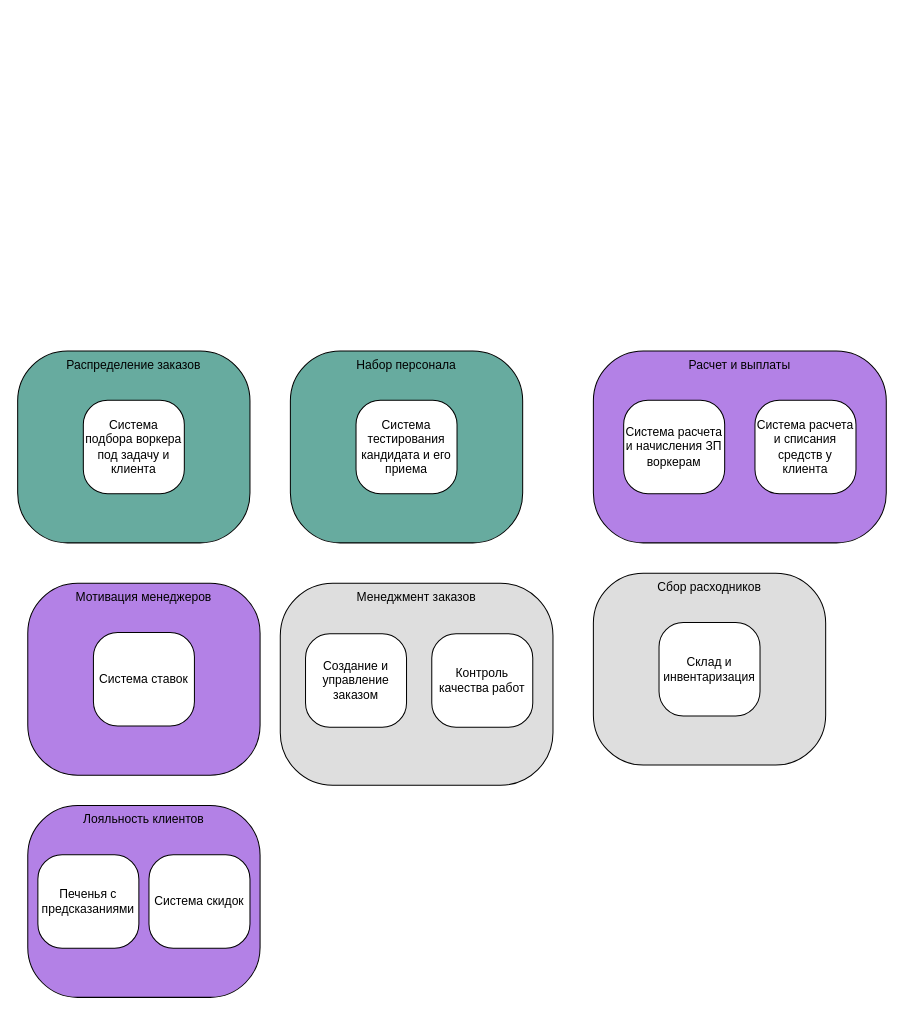
Above: page "Contexts with links" (7 of 8) of 3hw/3hw.drawio in omichkun/system_analysis (draw.io), before the change. Source tidied: cells renumbered, new cells numbered last; positions are measured from the earlier drawing's top-left corner, leaving out a move shared by most shapes. Both pictures are drawn from the tidied source at 101%, with x=0, y=0 at pixel (17, 350).
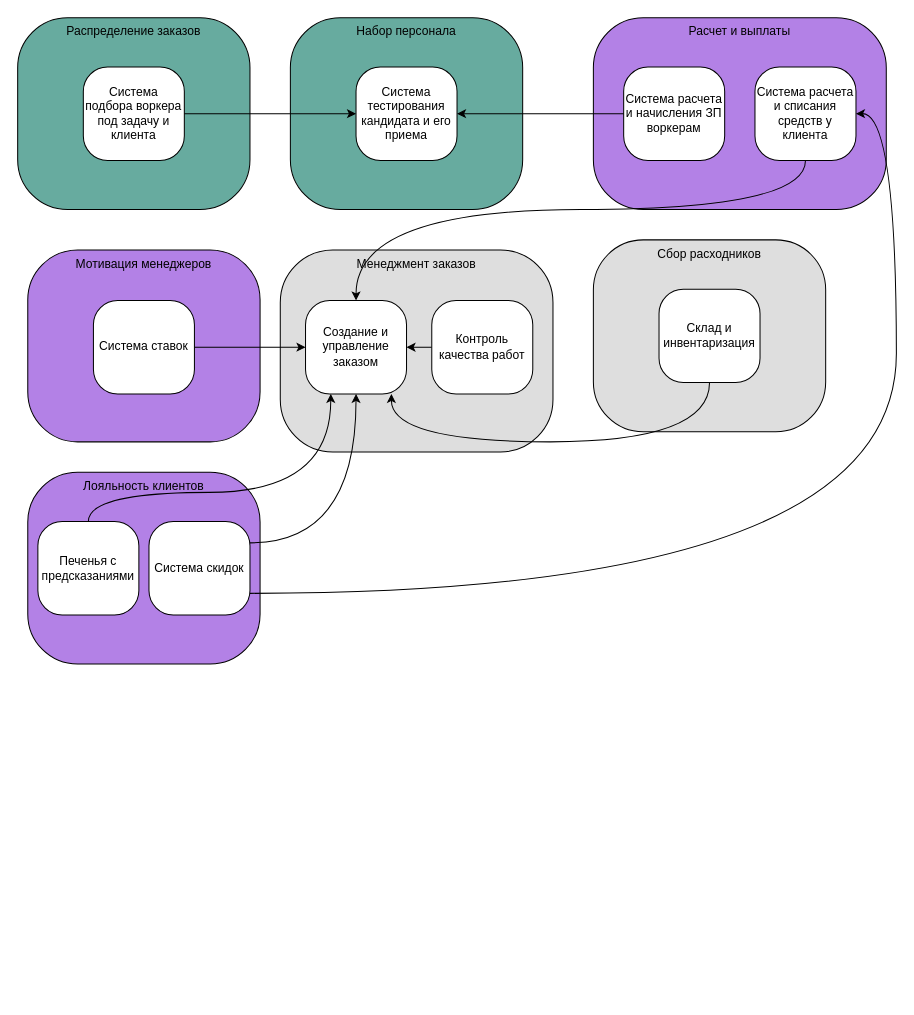
Above is the later version.

Diff of the diagram source:
```diff
@@
-    <mxCell id="2" style="group;" parent="1" vertex="1">
-      <mxGeometry width="230" height="190" as="geometry" />
-    </mxCell>
+    <mxCell id="26" style="group;" parent="1" vertex="1">
+      <mxGeometry y="-330" width="230" height="190" as="geometry" />
+    </mxCell>
-    <mxCell id="3" value="Распределение заказов" style="whiteSpace=wrap;html=1;rounded=1;arcSize=26;verticalAlign=top;fillColor=#67AB9F;" parent="2" vertex="1">
+    <mxCell id="3" value="Распределение заказов" style="whiteSpace=wrap;html=1;rounded=1;arcSize=26;verticalAlign=top;fillColor=#67AB9F;" parent="26" vertex="1">
       <mxGeometry width="230" height="190" as="geometry" />
     </mxCell>
-    <mxCell id="4" value="Система подбора воркера под задачу и клиента" style="whiteSpace=wrap;html=1;rounded=1;arcSize=26;verticalAlign=middle;" parent="2" vertex="1">
+    <mxCell id="4" value="Система подбора воркера под задачу и клиента" style="whiteSpace=wrap;html=1;rounded=1;arcSize=26;verticalAlign=middle;" parent="26" vertex="1">
       <mxGeometry x="65" y="48.8" width="100" height="92.5" as="geometry" />
     </mxCell>
-    <mxCell id="5" style="group;" parent="1" vertex="1">
-      <mxGeometry x="270" width="230" height="190" as="geometry" />
-    </mxCell>
+    <mxCell id="27" style="group;" parent="1" vertex="1">
+      <mxGeometry x="270" y="-330" width="230" height="190" as="geometry" />
+    </mxCell>
-    <mxCell id="6" value="Набор персонала" style="whiteSpace=wrap;html=1;rounded=1;arcSize=26;verticalAlign=top;fillColor=#67AB9F;" parent="5" vertex="1">
+    <mxCell id="6" value="Набор персонала" style="whiteSpace=wrap;html=1;rounded=1;arcSize=26;verticalAlign=top;fillColor=#67AB9F;" parent="27" vertex="1">
       <mxGeometry width="230" height="190" as="geometry" />
     </mxCell>
-    <mxCell id="7" value="Система тестирования кандидата и его приема" style="whiteSpace=wrap;html=1;rounded=1;arcSize=26;verticalAlign=middle;" parent="5" vertex="1">
+    <mxCell id="7" value="Система тестирования кандидата и его приема" style="whiteSpace=wrap;html=1;rounded=1;arcSize=26;verticalAlign=middle;" parent="27" vertex="1">
       <mxGeometry x="65" y="48.8" width="100" height="92.5" as="geometry" />
     </mxCell>
-    <mxCell id="8" style="group;" parent="1" vertex="1">
-      <mxGeometry x="260" y="230" width="350" height="252.5" as="geometry" />
-    </mxCell>
+    <mxCell id="28" style="group;" parent="1" vertex="1">
+      <mxGeometry x="260" y="-100" width="350" height="252.5" as="geometry" />
+    </mxCell>
-    <mxCell id="9" value="Менеджмент заказов" style="whiteSpace=wrap;html=1;rounded=1;arcSize=26;verticalAlign=top;fillColor=#DEDEDE;" parent="8" vertex="1">
+    <mxCell id="9" value="Менеджмент заказов" style="whiteSpace=wrap;html=1;rounded=1;arcSize=26;verticalAlign=top;fillColor=#DEDEDE;" parent="28" vertex="1">
       <mxGeometry width="270" height="200" as="geometry" />
     </mxCell>
-    <mxCell id="10" value="Создание и управление заказом" style="whiteSpace=wrap;html=1;rounded=1;arcSize=26;verticalAlign=middle;" parent="8" vertex="1">
+    <mxCell id="10" value="Создание и управление заказом" style="whiteSpace=wrap;html=1;rounded=1;arcSize=26;verticalAlign=middle;" parent="28" vertex="1">
       <mxGeometry x="25" y="50" width="100" height="92.5" as="geometry" />
     </mxCell>
+    <mxCell id="29" style="edgeStyle=orthogonalEdgeStyle;rounded=0;jettySize=auto;html=1;curved=1;" parent="28" edge="1" source="11" target="10">
+      <mxGeometry relative="1" as="geometry" />
+    </mxCell>
-    <mxCell id="11" value="Контроль качества работ" style="whiteSpace=wrap;html=1;rounded=1;arcSize=26;verticalAlign=middle;" parent="8" vertex="1">
+    <mxCell id="11" value="Контроль качества работ" style="whiteSpace=wrap;html=1;rounded=1;arcSize=26;verticalAlign=middle;" parent="28" vertex="1">
       <mxGeometry x="150" y="50" width="100" height="92.5" as="geometry" />
     </mxCell>
-    <mxCell id="12" style="group;" parent="1" vertex="1">
-      <mxGeometry x="570" y="220" width="230" height="190" as="geometry" />
-    </mxCell>
+    <mxCell id="30" style="group;" parent="1" vertex="1">
+      <mxGeometry x="570" y="-110" width="230" height="190" as="geometry" />
+    </mxCell>
-    <mxCell id="13" value="Сбор расходников" style="whiteSpace=wrap;html=1;rounded=1;arcSize=26;verticalAlign=top;fillColor=#DEDEDE;" parent="12" vertex="1">
+    <mxCell id="13" value="Сбор расходников" style="whiteSpace=wrap;html=1;rounded=1;arcSize=26;verticalAlign=top;fillColor=#DEDEDE;" parent="30" vertex="1">
       <mxGeometry width="230" height="190" as="geometry" />
     </mxCell>
-    <mxCell id="14" value="Склад и инвентаризация" style="whiteSpace=wrap;html=1;rounded=1;arcSize=26;verticalAlign=middle;" parent="12" vertex="1">
+    <mxCell id="14" value="Склад и инвентаризация" style="whiteSpace=wrap;html=1;rounded=1;arcSize=26;verticalAlign=middle;" parent="30" vertex="1">
       <mxGeometry x="65" y="48.8" width="100" height="92.5" as="geometry" />
     </mxCell>
-    <mxCell id="15" style="group;" parent="1" vertex="1">
-      <mxGeometry x="570" width="290" height="190" as="geometry" />
-    </mxCell>
+    <mxCell id="31" style="group;" parent="1" vertex="1">
+      <mxGeometry x="570" y="-330" width="290" height="190" as="geometry" />
+    </mxCell>
-    <mxCell id="16" value="Расчет и выплаты" style="whiteSpace=wrap;html=1;rounded=1;arcSize=26;verticalAlign=top;fillColor=#B381E6;" parent="15" vertex="1">
+    <mxCell id="16" value="Расчет и выплаты" style="whiteSpace=wrap;html=1;rounded=1;arcSize=26;verticalAlign=top;fillColor=#B381E6;" parent="31" vertex="1">
       <mxGeometry width="290" height="190" as="geometry" />
     </mxCell>
-    <mxCell id="17" value="Система расчета и начисления ЗП воркерам" style="whiteSpace=wrap;html=1;rounded=1;arcSize=26;verticalAlign=middle;" parent="15" vertex="1">
+    <mxCell id="17" value="Система расчета и начисления ЗП воркерам" style="whiteSpace=wrap;html=1;rounded=1;arcSize=26;verticalAlign=middle;" parent="31" vertex="1">
       <mxGeometry x="30" y="48.8" width="100" height="92.5" as="geometry" />
     </mxCell>
-    <mxCell id="18" value="Система расчета и списания средств у клиента" style="whiteSpace=wrap;html=1;rounded=1;arcSize=26;verticalAlign=middle;" parent="15" vertex="1">
+    <mxCell id="18" value="Система расчета и списания средств у клиента" style="whiteSpace=wrap;html=1;rounded=1;arcSize=26;verticalAlign=middle;" parent="31" vertex="1">
       <mxGeometry x="160" y="48.8" width="100" height="92.5" as="geometry" />
     </mxCell>
-    <mxCell id="19" style="group;" parent="1" vertex="1">
-      <mxGeometry x="10" y="230" width="230" height="190" as="geometry" />
-    </mxCell>
+    <mxCell id="32" style="group;" parent="1" vertex="1">
+      <mxGeometry x="10" y="-100" width="230" height="190" as="geometry" />
+    </mxCell>
-    <mxCell id="20" value="Мотивация менеджеров" style="whiteSpace=wrap;html=1;rounded=1;arcSize=26;verticalAlign=top;fillColor=#B381E6;" parent="19" vertex="1">
+    <mxCell id="20" value="Мотивация менеджеров" style="whiteSpace=wrap;html=1;rounded=1;arcSize=26;verticalAlign=top;fillColor=#B381E6;" parent="32" vertex="1">
       <mxGeometry width="230" height="190" as="geometry" />
     </mxCell>
-    <mxCell id="21" value="Система ставок" style="whiteSpace=wrap;html=1;rounded=1;arcSize=26;verticalAlign=middle;" parent="19" vertex="1">
-      <mxGeometry x="65" y="48.8" width="100" height="92.5" as="geometry" />
+    <mxCell id="21" value="Система ставок" style="whiteSpace=wrap;html=1;rounded=1;arcSize=26;verticalAlign=middle;" parent="32" vertex="1">
+      <mxGeometry x="65" y="50" width="100" height="92.5" as="geometry" />
     </mxCell>
-    <mxCell id="22" style="group;" parent="1" vertex="1">
-      <mxGeometry x="10" y="450" width="230" height="190" as="geometry" />
-    </mxCell>
+    <mxCell id="33" style="group;" parent="1" vertex="1">
+      <mxGeometry x="10" y="120" width="230" height="190" as="geometry" />
+    </mxCell>
-    <mxCell id="23" value="Лояльность клиентов" style="whiteSpace=wrap;html=1;rounded=1;arcSize=26;verticalAlign=top;fillColor=#B381E6;" parent="22" vertex="1">
+    <mxCell id="23" value="Лояльность клиентов" style="whiteSpace=wrap;html=1;rounded=1;arcSize=26;verticalAlign=top;fillColor=#B381E6;" parent="33" vertex="1">
       <mxGeometry width="230" height="190" as="geometry" />
     </mxCell>
-    <mxCell id="24" value="Печенья с предсказаниями" style="whiteSpace=wrap;html=1;rounded=1;arcSize=26;verticalAlign=middle;" parent="22" vertex="1">
+    <mxCell id="24" value="Печенья с предсказаниями" style="whiteSpace=wrap;html=1;rounded=1;arcSize=26;verticalAlign=middle;" parent="33" vertex="1">
       <mxGeometry x="10" y="48.8" width="100" height="92.5" as="geometry" />
     </mxCell>
-    <mxCell id="25" value="Система скидок" style="whiteSpace=wrap;html=1;rounded=1;arcSize=26;verticalAlign=middle;" parent="22" vertex="1">
+    <mxCell id="25" value="Система скидок" style="whiteSpace=wrap;html=1;rounded=1;arcSize=26;verticalAlign=middle;" parent="33" vertex="1">
       <mxGeometry x="120" y="48.8" width="100" height="92.5" as="geometry" />
     </mxCell>
+    <mxCell id="34" style="edgeStyle=orthogonalEdgeStyle;rounded=0;jettySize=auto;html=1;curved=1;" parent="1" edge="1" source="21" target="10">
+      <mxGeometry relative="1" as="geometry" />
+    </mxCell>
+    <mxCell id="35" style="edgeStyle=orthogonalEdgeStyle;rounded=0;jettySize=auto;html=1;curved=1;" parent="1" edge="1" source="14" target="10">
+      <mxGeometry relative="1" as="geometry">
+        <Array as="points">
+          <mxPoint x="685" y="90" />
+          <mxPoint x="370" y="90" />
+        </Array>
+      </mxGeometry>
+    </mxCell>
+    <mxCell id="36" style="edgeStyle=orthogonalEdgeStyle;rounded=0;jettySize=auto;html=1;curved=1;" parent="1" edge="1" source="4" target="7">
+      <mxGeometry relative="1" as="geometry" />
+    </mxCell>
+    <mxCell id="37" style="edgeStyle=orthogonalEdgeStyle;rounded=0;jettySize=auto;html=1;curved=1;" parent="1" edge="1" source="17" target="7">
+      <mxGeometry relative="1" as="geometry" />
+    </mxCell>
+    <mxCell id="38" style="edgeStyle=orthogonalEdgeStyle;rounded=0;jettySize=auto;html=1;curved=1;" parent="1" edge="1" source="18" target="10">
+      <mxGeometry relative="1" as="geometry">
+        <Array as="points">
+          <mxPoint x="780" y="-140" />
+          <mxPoint x="335" y="-140" />
+        </Array>
+      </mxGeometry>
+    </mxCell>
+    <mxCell id="39" style="edgeStyle=orthogonalEdgeStyle;rounded=0;jettySize=auto;html=1;curved=1;" parent="1" edge="1" source="25" target="18">
+      <mxGeometry relative="1" as="geometry">
+        <Array as="points">
+          <mxPoint x="870" y="240" />
+          <mxPoint x="870" y="-235" />
+        </Array>
+      </mxGeometry>
+    </mxCell>
+    <mxCell id="40" style="edgeStyle=orthogonalEdgeStyle;rounded=0;jettySize=auto;html=1;curved=1;" parent="1" edge="1" source="25" target="10">
+      <mxGeometry relative="1" as="geometry">
+        <Array as="points">
+          <mxPoint x="335" y="190" />
+        </Array>
+      </mxGeometry>
+    </mxCell>
+    <mxCell id="41" style="edgeStyle=orthogonalEdgeStyle;rounded=0;jettySize=auto;html=1;curved=1;" parent="1" edge="1" source="24" target="10">
+      <mxGeometry relative="1" as="geometry">
+        <Array as="points">
+          <mxPoint x="70" y="140" />
+          <mxPoint x="310" y="140" />
+        </Array>
+      </mxGeometry>
+    </mxCell>
```
